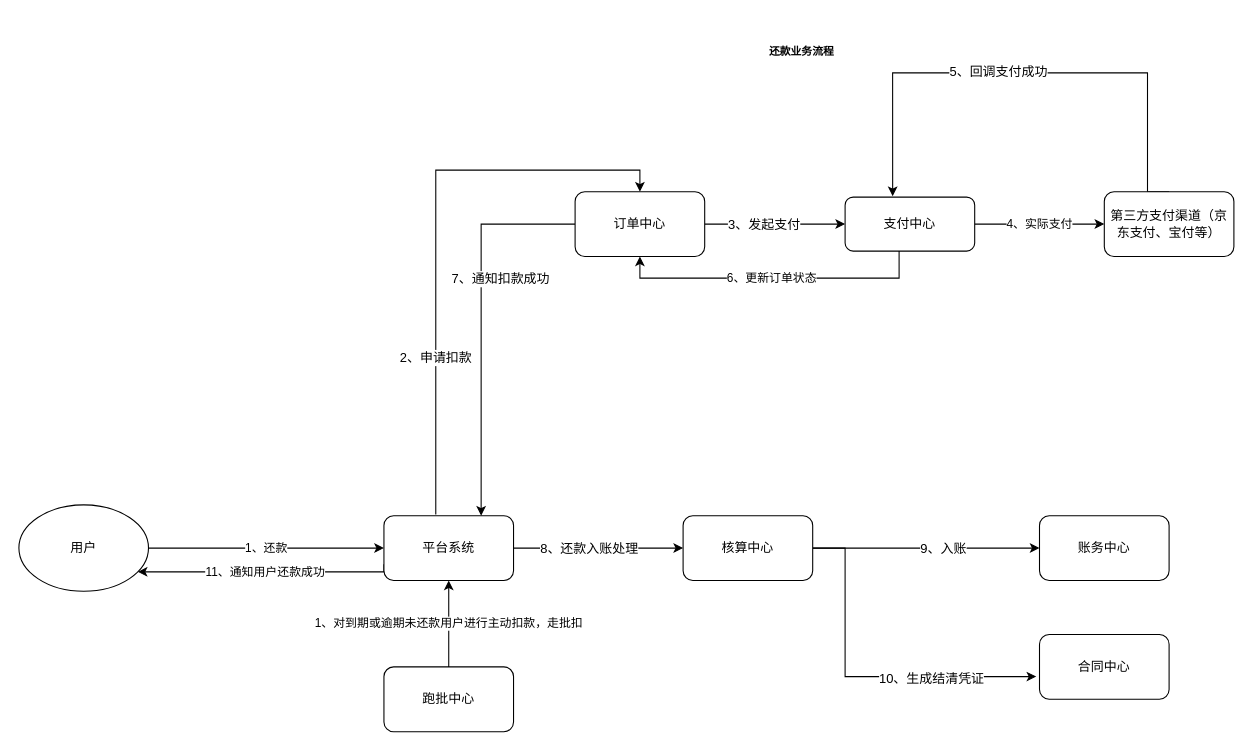
Above: 核心系统还款流程.drawio in scc2867466176/wm (draw.io), before the change. Source tidied: cells renumbered, new cells numbered last; positions are measured from the earlier drawing's top-left corner, leaving out a move shared by most shapes. Both pictures are drawn from the tidied source at 108%, with x=0, y=0 at pixel (18, 18).
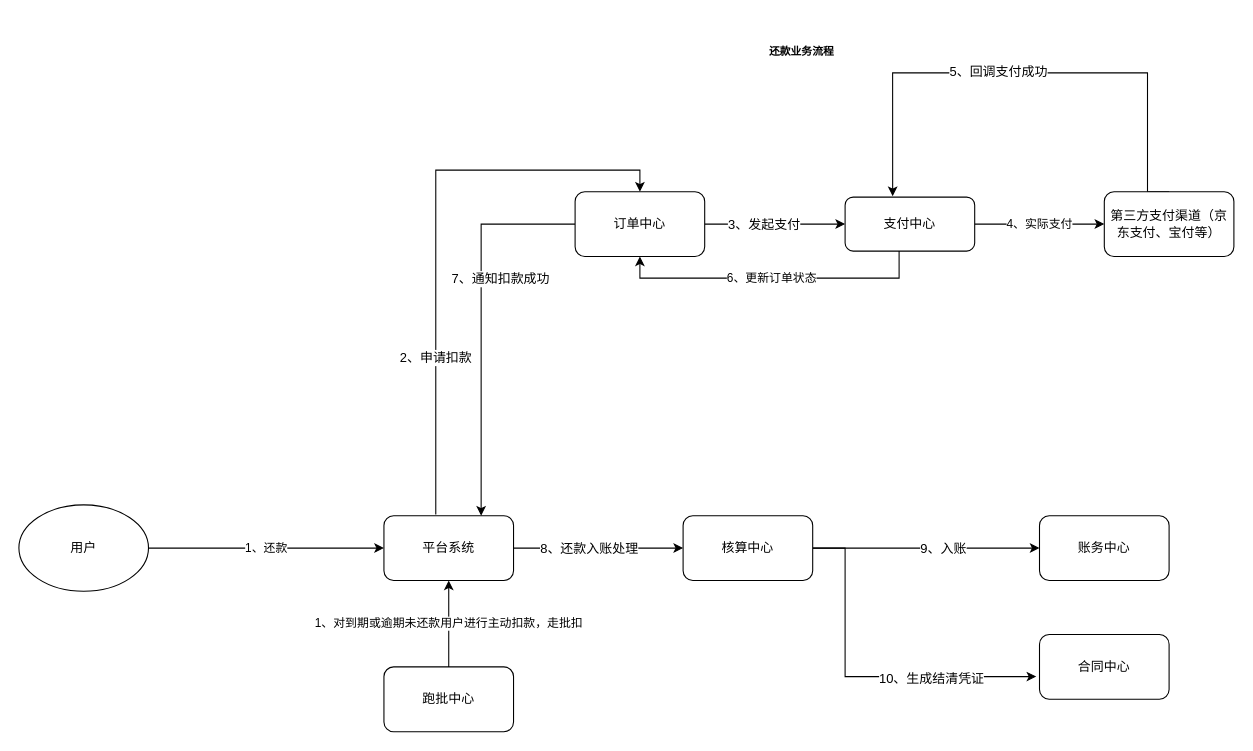
The same page after the edit.

Commit message (it also covers changes not shown here):
更新核心系统还款流程.drawio

Unchanged cells that the change refers to:
```xml
<mxCell id="3" value="用户" style="ellipse;whiteSpace=wrap;html=1;" parent="1" vertex="1">
  <mxGeometry y="450" width="120" height="80" as="geometry" />
</mxCell>
<mxCell id="9" value="平台系统" style="rounded=1;whiteSpace=wrap;html=1;" parent="1" vertex="1">
  <mxGeometry x="338" y="460" width="120" height="60" as="geometry" />
</mxCell>
```

Diff of the diagram source:
```diff
@@
-    <mxCell id="8" value="11、通知用户还款成功" style="edgeStyle=orthogonalEdgeStyle;rounded=0;jettySize=auto;html=1;exitX=0;exitY=0.75;exitDx=0;exitDy=0;entryX=0.917;entryY=0.775;entryDx=0;entryDy=0;entryPerimeter=0;" parent="1" edge="1" source="9" target="3">
-      <mxGeometry relative="1" as="geometry">
-        <Array as="points">
-          <mxPoint x="338" y="512" />
-        </Array>
-      </mxGeometry>
-    </mxCell>
```
